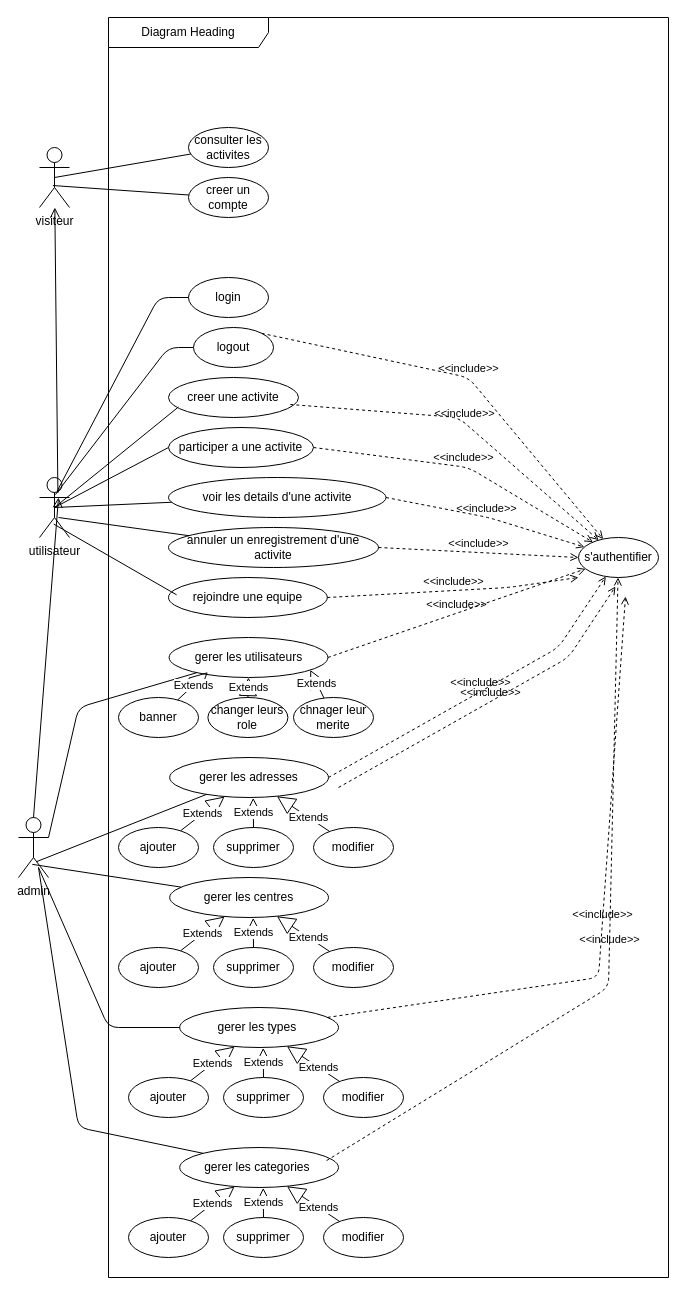
Above: conceptions/usecase.drawio in abirmes/Matching-Backend (draw.io), before the change. Source tidied: cells renumbered, new cells numbered last; positions are measured from the earlier drawing's top-left corner, leaving out a move shared by most shapes. Both pictures are drawn from the tidied source at 100%, with x=0, y=0 at pixel (18, 17).
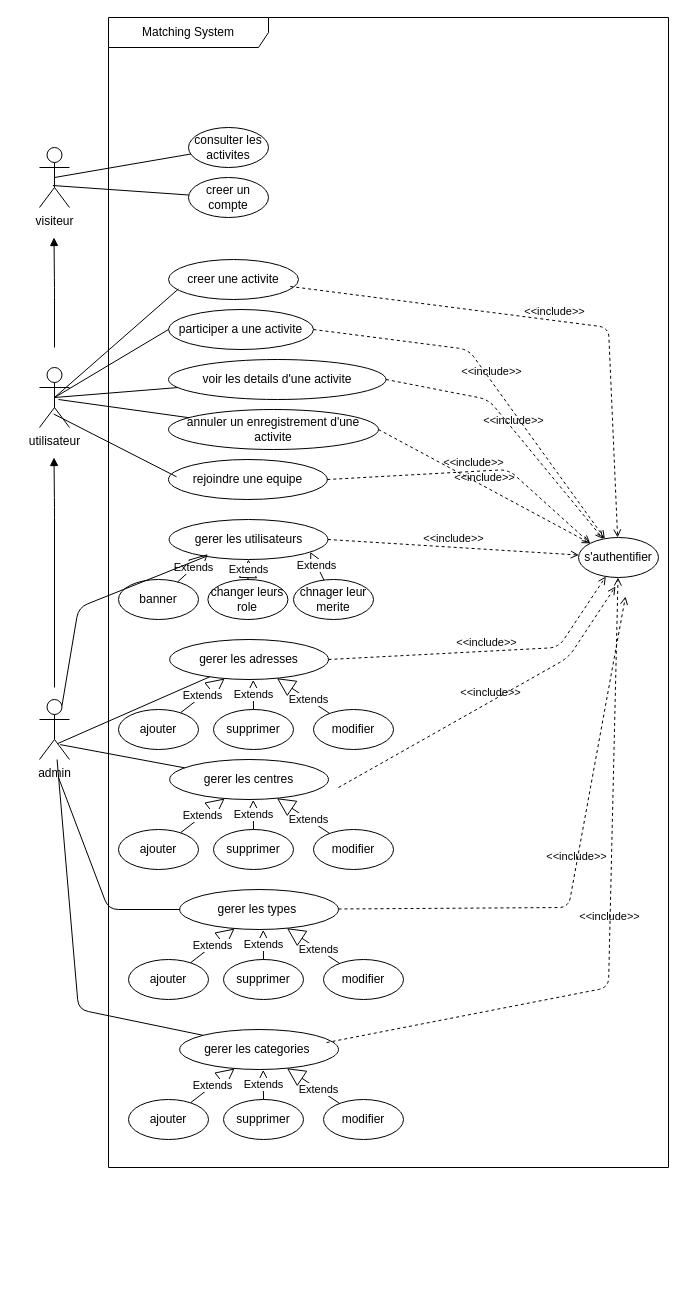
Above is the later version.

Unchanged cells that the change refers to:
```xml
<mxCell id="5" value="s'authentifier" style="ellipse;whiteSpace=wrap;html=1;" parent="2" vertex="1">
  <mxGeometry x="470" y="520" width="80" height="40" as="geometry" />
</mxCell>
<mxCell id="62" value="visiteur" style="shape=umlActor;verticalLabelPosition=bottom;verticalAlign=top;html=1;" parent="1" vertex="1">
  <mxGeometry x="21" y="130" width="30" height="60" as="geometry" />
</mxCell>
```

The edit, as a diff of the source:
```diff
@@
-    <mxCell id="2" value="Diagram Heading" style="shape=umlFrame;whiteSpace=wrap;html=1;width=160;" parent="1" vertex="1">
-      <mxGeometry x="90" width="560" height="1260" as="geometry" />
+    <mxCell id="2" value="Matching System" style="shape=umlFrame;whiteSpace=wrap;html=1;width=160;" parent="1" vertex="1">
+      <mxGeometry x="90" width="560" height="1150" as="geometry" />
     </mxCell>
@@
     <mxCell id="6" value="rejoindre une equipe" style="ellipse;whiteSpace=wrap;html=1;" parent="2" vertex="1">
-      <mxGeometry x="60" y="560" width="158.8" height="40" as="geometry" />
+      <mxGeometry x="60" y="442" width="158.8" height="40" as="geometry" />
     </mxCell>
     <mxCell id="7" value="annuler un enregistrement d'une activite" style="ellipse;whiteSpace=wrap;html=1;" parent="2" vertex="1">
-      <mxGeometry x="60" y="510" width="210" height="40" as="geometry" />
+      <mxGeometry x="60" y="392" width="210" height="40" as="geometry" />
     </mxCell>
     <mxCell id="8" value="&lt;span style=&quot;color: rgb(0, 0, 0);&quot;&gt;voir les details d'une activite&lt;/span&gt;" style="ellipse;whiteSpace=wrap;html=1;" parent="2" vertex="1">
-      <mxGeometry x="60" y="460" width="217.5" height="40" as="geometry" />
+      <mxGeometry x="60" y="342" width="217.5" height="40" as="geometry" />
     </mxCell>
     <mxCell id="9" value="participer a une activite" style="ellipse;whiteSpace=wrap;html=1;" parent="2" vertex="1">
-      <mxGeometry x="60" y="410" width="145" height="40" as="geometry" />
+      <mxGeometry x="60" y="292" width="145" height="40" as="geometry" />
     </mxCell>
     <mxCell id="10" value="creer une activite" style="ellipse;whiteSpace=wrap;html=1;" parent="2" vertex="1">
-      <mxGeometry x="60" y="360" width="130" height="40" as="geometry" />
+      <mxGeometry x="60" y="242" width="130" height="40" as="geometry" />
     </mxCell>
-    <mxCell id="11" value="login" style="ellipse;whiteSpace=wrap;html=1;" parent="2" vertex="1">
-      <mxGeometry x="80" y="260" width="80" height="40" as="geometry" />
-    </mxCell>
-    <mxCell id="12" value="logout" style="ellipse;whiteSpace=wrap;html=1;" parent="2" vertex="1">
-      <mxGeometry x="85" y="310" width="80" height="40" as="geometry" />
-    </mxCell>
-    <mxCell id="13" value="&amp;lt;&amp;lt;include&amp;gt;&amp;gt;" style="html=1;verticalAlign=bottom;labelBackgroundColor=none;endArrow=open;endFill=0;dashed=1;exitX=1;exitY=0;exitDx=0;exitDy=0;" parent="2" edge="1" source="12" target="5">
-      <mxGeometry relative="1" as="geometry">
-        <Array as="points">
-          <mxPoint x="360" y="360" />
-        </Array>
-      </mxGeometry>
-    </mxCell>
     <mxCell id="14" value="&amp;lt;&amp;lt;include&amp;gt;&amp;gt;" style="html=1;verticalAlign=bottom;labelBackgroundColor=none;endArrow=open;endFill=0;dashed=1;exitX=1;exitY=0.5;exitDx=0;exitDy=0;" parent="2" edge="1" source="9" target="5">
       <mxGeometry relative="1" as="geometry">
         <Array as="points">
-          <mxPoint x="360" y="450" />
+          <mxPoint x="360" y="332" />
         </Array>
       </mxGeometry>
     </mxCell>
     <mxCell id="15" value="&amp;lt;&amp;lt;include&amp;gt;&amp;gt;" style="html=1;verticalAlign=bottom;labelBackgroundColor=none;endArrow=open;endFill=0;dashed=1;exitX=1;exitY=0.5;exitDx=0;exitDy=0;" parent="2" edge="1" source="8" target="5">
       <mxGeometry relative="1" as="geometry">
         <Array as="points">
-          <mxPoint x="380" y="500" />
+          <mxPoint x="380" y="382" />
         </Array>
       </mxGeometry>
     </mxCell>
-    <mxCell id="16" value="&amp;lt;&amp;lt;include&amp;gt;&amp;gt;" style="html=1;verticalAlign=bottom;labelBackgroundColor=none;endArrow=open;endFill=0;dashed=1;exitX=1;exitY=0.5;exitDx=0;exitDy=0;entryX=0;entryY=0.5;entryDx=0;entryDy=0;" parent="2" edge="1" source="7" target="5">
+    <mxCell id="16" value="&amp;lt;&amp;lt;include&amp;gt;&amp;gt;" style="html=1;verticalAlign=bottom;labelBackgroundColor=none;endArrow=open;endFill=0;dashed=1;exitX=1;exitY=0.5;exitDx=0;exitDy=0;entryX=0;entryY=0;entryDx=0;entryDy=0;" parent="2" edge="1" source="7" target="5">
       <mxGeometry relative="1" as="geometry" />
     </mxCell>
     <mxCell id="17" value="&amp;lt;&amp;lt;include&amp;gt;&amp;gt;" style="html=1;verticalAlign=bottom;labelBackgroundColor=none;endArrow=open;endFill=0;dashed=1;exitX=0.937;exitY=0.675;exitDx=0;exitDy=0;exitPerimeter=0;" parent="2" edge="1" source="10" target="5">
       <mxGeometry relative="1" as="geometry">
         <Array as="points">
-          <mxPoint x="350" y="400" />
+          <mxPoint x="500" y="310" />
         </Array>
       </mxGeometry>
     </mxCell>
-    <mxCell id="18" value="&amp;lt;&amp;lt;include&amp;gt;&amp;gt;" style="html=1;verticalAlign=bottom;labelBackgroundColor=none;endArrow=open;endFill=0;dashed=1;exitX=1;exitY=0.5;exitDx=0;exitDy=0;" parent="2" edge="1" source="6">
+    <mxCell id="18" value="&amp;lt;&amp;lt;include&amp;gt;&amp;gt;" style="html=1;verticalAlign=bottom;labelBackgroundColor=none;endArrow=open;endFill=0;dashed=1;exitX=1;exitY=0.5;exitDx=0;exitDy=0;entryX=0;entryY=0;entryDx=0;entryDy=0;" parent="2" edge="1" source="6" target="5">
       <mxGeometry relative="1" as="geometry">
-        <mxPoint x="470" y="560" as="targetPoint" />
         <Array as="points">
-          <mxPoint x="400" y="570" />
+          <mxPoint x="400" y="452" />
         </Array>
       </mxGeometry>
     </mxCell>
@@
     <mxCell id="21" value="gerer les utilisateurs" style="ellipse;whiteSpace=wrap;html=1;" parent="2" vertex="1">
-      <mxGeometry x="60.6" y="620" width="158.8" height="40" as="geometry" />
+      <mxGeometry x="60.6" y="502" width="158.8" height="40" as="geometry" />
     </mxCell>
     <mxCell id="22" value="gerer les adresses" style="ellipse;whiteSpace=wrap;html=1;" parent="2" vertex="1">
-      <mxGeometry x="61.2" y="740" width="158.8" height="40" as="geometry" />
+      <mxGeometry x="61.2" y="622" width="158.8" height="40" as="geometry" />
     </mxCell>
     <mxCell id="23" value="chnager leur merite" style="ellipse;whiteSpace=wrap;html=1;" parent="2" vertex="1">
-      <mxGeometry x="185" y="680" width="80" height="40" as="geometry" />
+      <mxGeometry x="185" y="562" width="80" height="40" as="geometry" />
     </mxCell>
     <mxCell id="24" value="changer leurs role" style="ellipse;whiteSpace=wrap;html=1;" parent="2" vertex="1">
-      <mxGeometry x="99.4" y="680" width="80" height="40" as="geometry" />
+      <mxGeometry x="99.4" y="562" width="80" height="40" as="geometry" />
     </mxCell>
     <mxCell id="25" value="banner" style="ellipse;whiteSpace=wrap;html=1;" parent="2" vertex="1">
-      <mxGeometry x="10" y="680" width="80" height="40" as="geometry" />
+      <mxGeometry x="10" y="562" width="80" height="40" as="geometry" />
     </mxCell>
     <mxCell id="26" value="ajouter" style="ellipse;whiteSpace=wrap;html=1;" parent="2" vertex="1">
-      <mxGeometry x="10" y="810" width="80" height="40" as="geometry" />
+      <mxGeometry x="10" y="692" width="80" height="40" as="geometry" />
     </mxCell>
     <mxCell id="27" value="supprimer" style="ellipse;whiteSpace=wrap;html=1;" parent="2" vertex="1">
-      <mxGeometry x="105" y="810" width="80" height="40" as="geometry" />
+      <mxGeometry x="105" y="692" width="80" height="40" as="geometry" />
     </mxCell>
     <mxCell id="28" value="modifier" style="ellipse;whiteSpace=wrap;html=1;" parent="2" vertex="1">
-      <mxGeometry x="205" y="810" width="80" height="40" as="geometry" />
+      <mxGeometry x="205" y="692" width="80" height="40" as="geometry" />
     </mxCell>
-    <mxCell id="29" style="endArrow=none;html=1;" parent="2" edge="1" target="21">
-      <mxGeometry relative="1" as="geometry">
-        <mxPoint x="-60" y="820" as="sourcePoint" />
-        <Array as="points">
-          <mxPoint x="-30" y="690" />
-        </Array>
-      </mxGeometry>
-    </mxCell>
     <mxCell id="30" value="Extends" style="endArrow=block;endSize=16;endFill=0;html=1;" parent="2" edge="1" source="25">
       <mxGeometry relative="1" as="geometry">
-        <mxPoint x="99.4" y="654.6" as="targetPoint" />
+        <mxPoint x="99.4" y="536.6" as="targetPoint" />
       </mxGeometry>
     </mxCell>
@@
     <mxCell id="36" value="gerer les centres" style="ellipse;whiteSpace=wrap;html=1;" parent="2" vertex="1">
-      <mxGeometry x="61.2" y="860" width="158.8" height="40" as="geometry" />
+      <mxGeometry x="61.2" y="742" width="158.8" height="40" as="geometry" />
     </mxCell>
     <mxCell id="37" value="ajouter" style="ellipse;whiteSpace=wrap;html=1;" parent="2" vertex="1">
-      <mxGeometry x="10" y="930" width="80" height="40" as="geometry" />
+      <mxGeometry x="10" y="812" width="80" height="40" as="geometry" />
     </mxCell>
     <mxCell id="38" value="supprimer" style="ellipse;whiteSpace=wrap;html=1;" parent="2" vertex="1">
-      <mxGeometry x="105" y="930" width="80" height="40" as="geometry" />
+      <mxGeometry x="105" y="812" width="80" height="40" as="geometry" />
     </mxCell>
     <mxCell id="39" value="modifier" style="ellipse;whiteSpace=wrap;html=1;" parent="2" vertex="1">
-      <mxGeometry x="205" y="930" width="80" height="40" as="geometry" />
+      <mxGeometry x="205" y="812" width="80" height="40" as="geometry" />
     </mxCell>
@@
     <mxCell id="43" value="gerer les types&amp;nbsp;" style="ellipse;whiteSpace=wrap;html=1;" parent="2" vertex="1">
-      <mxGeometry x="71.2" y="990" width="158.8" height="40" as="geometry" />
+      <mxGeometry x="71.2" y="872" width="158.8" height="40" as="geometry" />
     </mxCell>
     <mxCell id="44" value="ajouter" style="ellipse;whiteSpace=wrap;html=1;" parent="2" vertex="1">
-      <mxGeometry x="20" y="1060" width="80" height="40" as="geometry" />
+      <mxGeometry x="20" y="942" width="80" height="40" as="geometry" />
     </mxCell>
     <mxCell id="45" value="supprimer" style="ellipse;whiteSpace=wrap;html=1;" parent="2" vertex="1">
-      <mxGeometry x="115" y="1060" width="80" height="40" as="geometry" />
+      <mxGeometry x="115" y="942" width="80" height="40" as="geometry" />
     </mxCell>
     <mxCell id="46" value="modifier" style="ellipse;whiteSpace=wrap;html=1;" parent="2" vertex="1">
-      <mxGeometry x="215" y="1060" width="80" height="40" as="geometry" />
+      <mxGeometry x="215" y="942" width="80" height="40" as="geometry" />
     </mxCell>
@@
     <mxCell id="50" value="gerer les categories&amp;nbsp;" style="ellipse;whiteSpace=wrap;html=1;" parent="2" vertex="1">
-      <mxGeometry x="71.2" y="1130" width="158.8" height="40" as="geometry" />
+      <mxGeometry x="71.2" y="1012" width="158.8" height="40" as="geometry" />
     </mxCell>
     <mxCell id="51" value="ajouter" style="ellipse;whiteSpace=wrap;html=1;" parent="2" vertex="1">
-      <mxGeometry x="20" y="1200" width="80" height="40" as="geometry" />
+      <mxGeometry x="20" y="1082" width="80" height="40" as="geometry" />
     </mxCell>
     <mxCell id="52" value="supprimer" style="ellipse;whiteSpace=wrap;html=1;" parent="2" vertex="1">
-      <mxGeometry x="115" y="1200" width="80" height="40" as="geometry" />
+      <mxGeometry x="115" y="1082" width="80" height="40" as="geometry" />
     </mxCell>
     <mxCell id="53" value="modifier" style="ellipse;whiteSpace=wrap;html=1;" parent="2" vertex="1">
-      <mxGeometry x="215" y="1200" width="80" height="40" as="geometry" />
+      <mxGeometry x="215" y="1082" width="80" height="40" as="geometry" />
     </mxCell>
@@
-    <mxCell id="57" style="endArrow=none;html=1;entryX=0;entryY=0;entryDx=0;entryDy=0;" parent="2" edge="1" target="50">
-      <mxGeometry relative="1" as="geometry">
-        <mxPoint x="-70" y="850" as="sourcePoint" />
-        <Array as="points">
-          <mxPoint x="-30" y="1110" />
-        </Array>
-      </mxGeometry>
-    </mxCell>
     <mxCell id="58" style="endArrow=none;html=1;" parent="2" edge="1" target="43">
       <mxGeometry relative="1" as="geometry">
-        <mxPoint x="-70" y="850" as="sourcePoint" />
+        <mxPoint x="-50" y="760" as="sourcePoint" />
         <Array as="points">
-          <mxPoint y="1010" />
+          <mxPoint y="892" />
         </Array>
       </mxGeometry>
     </mxCell>
@@
     <mxCell id="60" value="&amp;lt;&amp;lt;include&amp;gt;&amp;gt;" style="html=1;verticalAlign=bottom;labelBackgroundColor=none;endArrow=open;endFill=0;dashed=1;" parent="2" edge="1" source="43">
       <mxGeometry relative="1" as="geometry">
         <mxPoint x="517" y="579" as="targetPoint" />
         <Array as="points">
-          <mxPoint x="490" y="960" />
+          <mxPoint x="460" y="890" />
         </Array>
       </mxGeometry>
     </mxCell>
@@
     <mxCell id="63" value="utilisateur" style="shape=umlActor;verticalLabelPosition=bottom;verticalAlign=top;html=1;" parent="1" vertex="1">
-      <mxGeometry x="21" y="460" width="30" height="60" as="geometry" />
+      <mxGeometry x="21" y="350" width="30" height="60" as="geometry" />
     </mxCell>
@@
     <mxCell id="65" style="endArrow=none;html=1;" parent="1" edge="1" target="7">
       <mxGeometry relative="1" as="geometry">
-        <mxPoint x="40" y="500" as="sourcePoint" />
+        <mxPoint x="40" y="382" as="sourcePoint" />
       </mxGeometry>
     </mxCell>
@@
-    <mxCell id="69" style="endArrow=none;html=1;exitX=0.53;exitY=0.285;exitDx=0;exitDy=0;exitPerimeter=0;entryX=0;entryY=0.5;entryDx=0;entryDy=0;" parent="1" edge="1" source="63" target="12">
-      <mxGeometry relative="1" as="geometry">
-        <Array as="points">
-          <mxPoint x="150" y="330" />
-        </Array>
-      </mxGeometry>
-    </mxCell>
-    <mxCell id="70" style="endArrow=none;html=1;exitX=0.586;exitY=0.229;exitDx=0;exitDy=0;exitPerimeter=0;" parent="1" edge="1" source="63" target="11">
-      <mxGeometry relative="1" as="geometry">
-        <Array as="points">
-          <mxPoint x="140" y="280" />
-        </Array>
-      </mxGeometry>
-    </mxCell>
@@
-    <mxCell id="73" style="endArrow=open;startArrow=none;endFill=0;startFill=0;endSize=8;html=1;verticalAlign=bottom;labelBackgroundColor=none;strokeWidth=1;exitX=0.614;exitY=0.257;exitDx=0;exitDy=0;exitPerimeter=0;" parent="1" edge="1" source="63" target="62">
-      <mxGeometry relative="1" as="geometry" />
-    </mxCell>
     <mxCell id="74" value="admin" style="shape=umlActor;verticalLabelPosition=bottom;verticalAlign=top;html=1;" parent="1" vertex="1">
-      <mxGeometry y="800" width="30" height="60" as="geometry" />
+      <mxGeometry x="21" y="682" width="30" height="60" as="geometry" />
     </mxCell>
@@
-    <mxCell id="76" style="endArrow=none;html=1;exitX=0.46;exitY=0.781;exitDx=0;exitDy=0;exitPerimeter=0;" parent="1" edge="1" source="74" target="36">
+    <mxCell id="76" style="endArrow=none;html=1;exitX=0.691;exitY=0.752;exitDx=0;exitDy=0;exitPerimeter=0;" parent="1" edge="1" source="74" target="36">
       <mxGeometry relative="1" as="geometry" />
     </mxCell>
+    <mxCell id="57" style="endArrow=none;html=1;entryX=0;entryY=0;entryDx=0;entryDy=0;" parent="1" edge="1" source="74" target="50">
+      <mxGeometry relative="1" as="geometry">
+        <Array as="points">
+          <mxPoint x="60" y="992" />
+        </Array>
+      </mxGeometry>
+    </mxCell>
-    <mxCell id="77" style="endArrow=open;startArrow=none;endFill=0;startFill=0;endSize=8;html=1;verticalAlign=bottom;labelBackgroundColor=none;strokeWidth=1;exitX=0.5;exitY=0;exitDx=0;exitDy=0;exitPerimeter=0;" parent="1" edge="1" source="74">
-      <mxGeometry relative="1" as="geometry">
-        <mxPoint x="40" y="480" as="targetPoint" />
+    <mxCell id="77" style="endArrow=block;endFill=1;html=1;edgeStyle=orthogonalEdgeStyle;align=left;verticalAlign=top;" parent="1" edge="1">
+      <mxGeometry x="-1" relative="1" as="geometry">
+        <mxPoint x="36" y="330" as="sourcePoint" />
+        <mxPoint x="35.5" y="220" as="targetPoint" />
+        <Array as="points">
+          <mxPoint x="35.5" y="270" />
+          <mxPoint x="35.5" y="270" />
+        </Array>
       </mxGeometry>
     </mxCell>
+    <mxCell id="78" style="endArrow=block;endFill=1;html=1;edgeStyle=orthogonalEdgeStyle;align=left;verticalAlign=top;" parent="1" edge="1">
+      <mxGeometry x="-1" relative="1" as="geometry">
+        <mxPoint x="36" y="670" as="sourcePoint" />
+        <mxPoint x="35.5" y="440" as="targetPoint" />
+        <Array as="points">
+          <mxPoint x="35.5" y="490" />
+          <mxPoint x="35.5" y="490" />
+        </Array>
+      </mxGeometry>
+    </mxCell>
+    <mxCell id="29" style="endArrow=none;html=1;exitX=0.75;exitY=0.1;exitDx=0;exitDy=0;exitPerimeter=0;" parent="1" edge="1" source="74" target="21">
+      <mxGeometry relative="1" as="geometry">
+        <Array as="points">
+          <mxPoint x="60" y="590" />
+        </Array>
+      </mxGeometry>
+    </mxCell>
```
